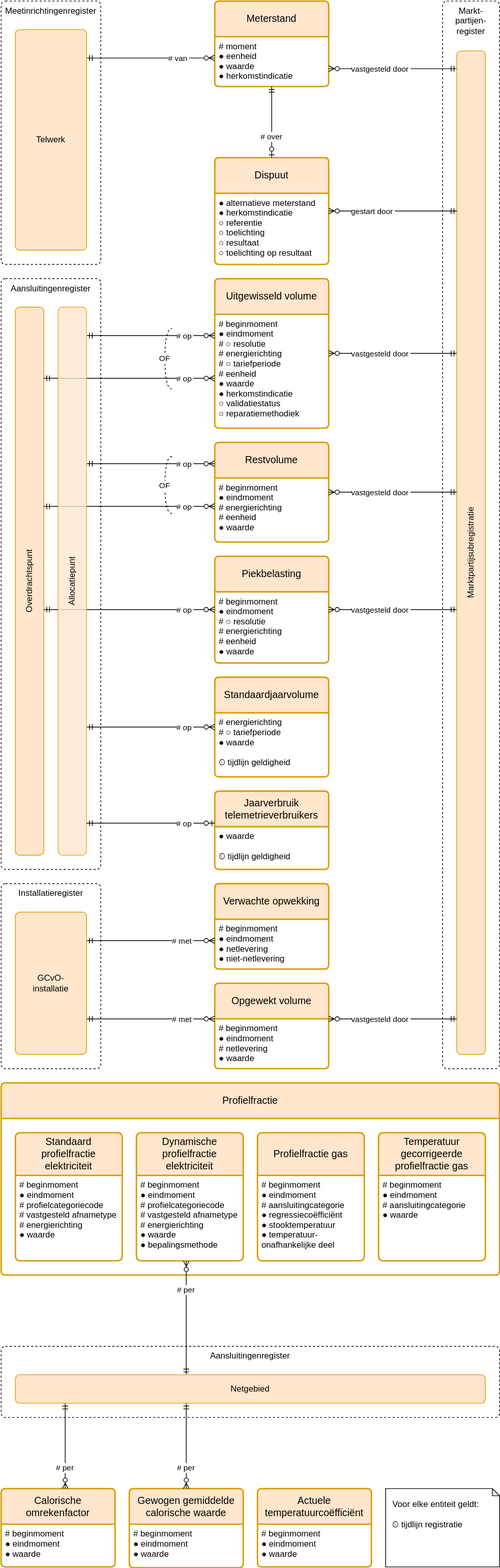
This is registers/energie-uitwisselingsregister/1.4/energie-uitwisselingsregister.drawio.svg from Netbeheer-Nederland/stelsel, a draw.io export, as it was before one commit. Source tidied: cells renumbered, new cells last; positions are measured from the earlier drawing's top-left corner, leaving out a move shared by most shapes.
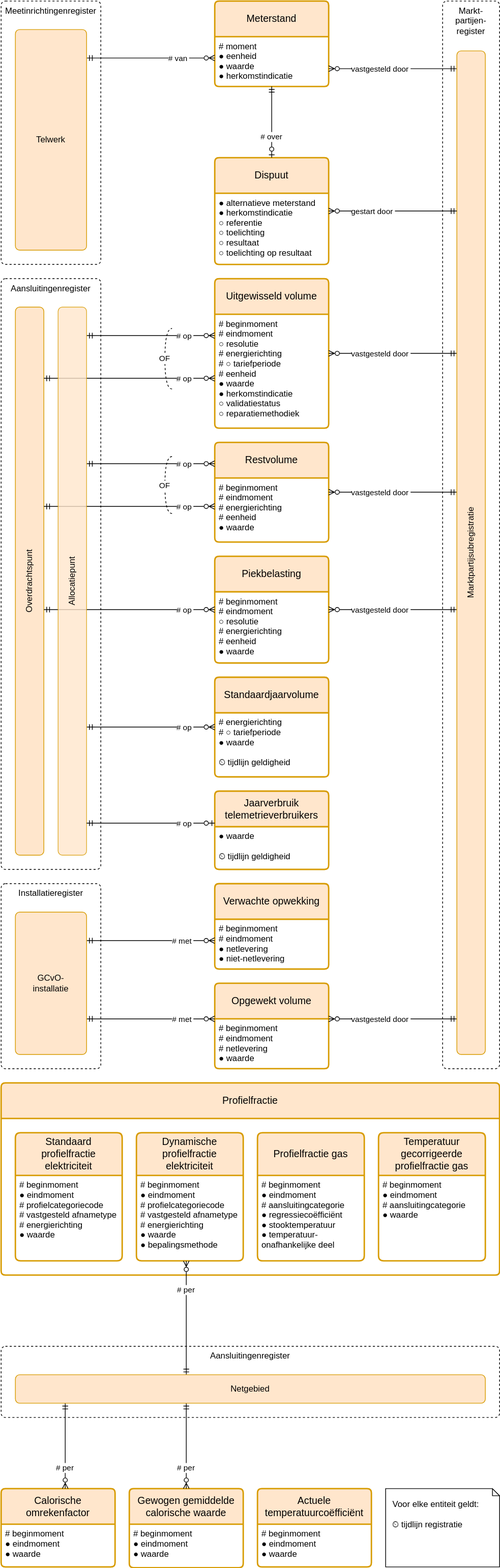
After the commit.

Commit message:
EUR-identificaties

Change to the diagram source:
```diff
@@ -29,7 +29,7 @@
     <mxCell id="10" value="Uitgewisseld volume" style="swimlane;horizontal=1;startSize=50;rounded=1;fontSize=14;fontStyle=0;strokeWidth=2;shadow=0;dashed=0;align=center;arcSize=4;fillColor=#ffe6cc;strokeColor=#d79b00;whiteSpace=wrap;" parent="1" vertex="1">
       <mxGeometry x="300" y="390" width="160" height="210" as="geometry" />
     </mxCell>
-    <mxCell id="11" value="# beginmoment&#10;● eindmoment&#10;# ○ resolutie&#10;# energierichting&#10;# ○ tariefperiode&#10;# eenheid&#10;● waarde&#10;● herkomstindicatie&#10;○ validatiestatus&#10;○ reparatiemethodiek" style="align=left;strokeColor=none;fillColor=none;spacingLeft=4;fontSize=12;verticalAlign=top;" parent="10" vertex="1">
+    <mxCell id="11" value="# beginmoment&#10;# eindmoment&#10;○ resolutie&#10;# energierichting&#10;# ○ tariefperiode&#10;# eenheid&#10;● waarde&#10;● herkomstindicatie&#10;○ validatiestatus&#10;○ reparatiemethodiek" style="align=left;strokeColor=none;fillColor=none;spacingLeft=4;fontSize=12;verticalAlign=top;" parent="10" vertex="1">
       <mxGeometry y="50" width="160" height="160" as="geometry" />
     </mxCell>
     <mxCell id="12" value="# van" style="rounded=0;jettySize=auto;endArrow=ERmandOne;endFill=0;startArrow=ERzeroToMany;startFill=0;align=right;edgeStyle=elbowEdgeStyle;elbow=vertical;" parent="1" edge="1" source="2" target="66">
@@ -45,13 +45,13 @@
     <mxCell id="14" value="Restvolume" style="swimlane;horizontal=1;startSize=50;rounded=1;fontSize=14;fontStyle=0;strokeWidth=2;shadow=0;dashed=0;align=center;arcSize=4;fillColor=#ffe6cc;strokeColor=#d79b00;whiteSpace=wrap;" parent="1" vertex="1">
       <mxGeometry x="300" y="620" width="160" height="140" as="geometry" />
     </mxCell>
-    <mxCell id="15" value="# beginmoment&#10;● eindmoment&#10;# energierichting&#10;# eenheid&#10;● waarde" style="align=left;strokeColor=none;fillColor=none;spacingLeft=4;fontSize=12;verticalAlign=top;" parent="14" vertex="1">
+    <mxCell id="15" value="# beginmoment&#10;# eindmoment&#10;# energierichting&#10;# eenheid&#10;● waarde" style="align=left;strokeColor=none;fillColor=none;spacingLeft=4;fontSize=12;verticalAlign=top;" parent="14" vertex="1">
       <mxGeometry y="50" width="160" height="90" as="geometry" />
     </mxCell>
     <mxCell id="16" value="Piekbelasting" style="swimlane;horizontal=1;startSize=50;rounded=1;fontSize=14;fontStyle=0;strokeWidth=2;shadow=0;dashed=0;align=center;arcSize=4;fillColor=#ffe6cc;strokeColor=#d79b00;whiteSpace=wrap;" parent="1" vertex="1">
       <mxGeometry x="300" y="780" width="160" height="150" as="geometry" />
     </mxCell>
-    <mxCell id="17" value="# beginmoment&#10;● eindmoment&#10;# ○ resolutie&#10;# energierichting&#10;# eenheid&#10;● waarde" style="align=left;strokeColor=none;fillColor=none;spacingLeft=4;fontSize=12;verticalAlign=top;" parent="16" vertex="1">
+    <mxCell id="17" value="# beginmoment&#10;# eindmoment&#10;○ resolutie&#10;# energierichting&#10;# eenheid&#10;● waarde" style="align=left;strokeColor=none;fillColor=none;spacingLeft=4;fontSize=12;verticalAlign=top;" parent="16" vertex="1">
       <mxGeometry y="50" width="160" height="100" as="geometry" />
     </mxCell>
     <mxCell id="18" value="OF" style="endArrow=none;dashed=1;rounded=0;edgeStyle=orthogonalEdgeStyle;curved=1;" parent="1" edge="1">
@@ -96,7 +96,7 @@
     <mxCell id="26" value="Opgewekt volume" style="swimlane;horizontal=1;startSize=50;rounded=1;fontSize=14;fontStyle=0;strokeWidth=2;shadow=0;dashed=0;align=center;arcSize=4;fillColor=#ffe6cc;strokeColor=#d79b00;whiteSpace=wrap;" parent="1" vertex="1">
       <mxGeometry x="300" y="1380" width="160" height="120" as="geometry" />
     </mxCell>
-    <mxCell id="27" value="# beginmoment&#10;● eindmoment&#10;# netlevering&#10;● waarde" style="align=left;strokeColor=none;fillColor=none;spacingLeft=4;fontSize=12;verticalAlign=top;" parent="26" vertex="1">
+    <mxCell id="27" value="# beginmoment&#10;# eindmoment&#10;# netlevering&#10;● waarde" style="align=left;strokeColor=none;fillColor=none;spacingLeft=4;fontSize=12;verticalAlign=top;" parent="26" vertex="1">
       <mxGeometry y="50" width="160" height="70" as="geometry" />
     </mxCell>
     <mxCell id="28" value="# op" style="rounded=0;jettySize=auto;endArrow=ERmandOne;endFill=0;startArrow=ERzeroToMany;startFill=0;align=right;edgeStyle=elbowEdgeStyle;elbow=vertical;" parent="1" edge="1" source="10" target="7">
@@ -115,7 +115,7 @@
     <mxCell id="31" value="Verwachte opwekking" style="swimlane;horizontal=1;startSize=50;rounded=1;fontSize=14;fontStyle=0;strokeWidth=2;shadow=0;dashed=0;align=center;arcSize=4;fillColor=#ffe6cc;strokeColor=#d79b00;whiteSpace=wrap;" parent="1" vertex="1">
       <mxGeometry x="300" y="1240" width="160" height="120" as="geometry" />
     </mxCell>
-    <mxCell id="32" value="# beginmoment&#10;● eindmoment&#10;● netlevering&#10;● niet-netlevering" style="align=left;strokeColor=none;fillColor=none;spacingLeft=4;fontSize=12;verticalAlign=top;" parent="31" vertex="1">
+    <mxCell id="32" value="# beginmoment&#10;# eindmoment&#10;● netlevering&#10;● niet-netlevering" style="align=left;strokeColor=none;fillColor=none;spacingLeft=4;fontSize=12;verticalAlign=top;" parent="31" vertex="1">
       <mxGeometry y="50" width="160" height="70" as="geometry" />
     </mxCell>
     <mxCell id="33" value="OF" style="endArrow=none;dashed=1;rounded=0;edgeStyle=orthogonalEdgeStyle;curved=1;" parent="1" edge="1">
```
